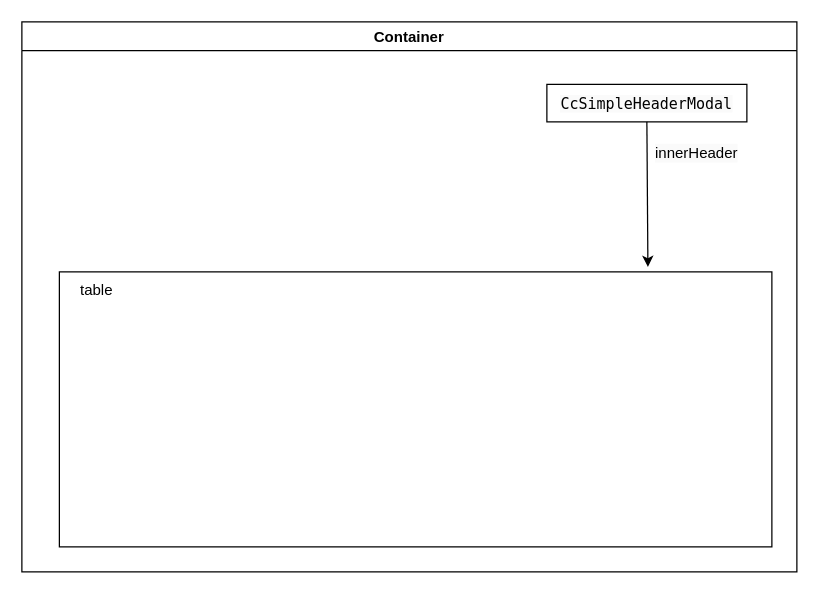
Earlier version of the draw.io diagram repayment.drawio (littlelady2015/yctea). Source tidied: cells renumbered, new cells numbered last; positions are measured from the earlier drawing's top-left corner, leaving out a move shared by most shapes. Both pictures are drawn from the tidied source at 125%, with x=0, y=0 at pixel (21, 21).
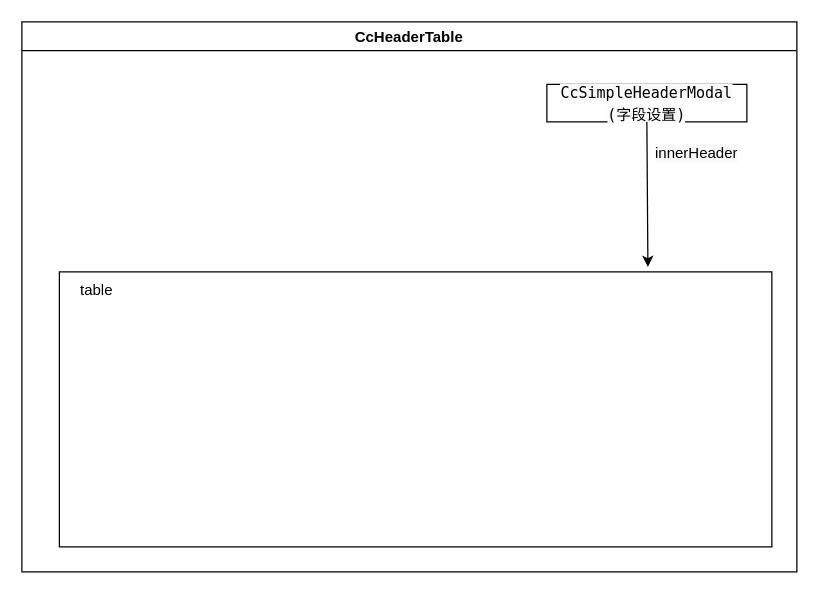
After the change.

What changed in the source:
```diff
@@
 <mxGraphModel>
   <root>
     <mxCell id="0" />
     <mxCell id="1" parent="0" />
-    <mxCell id="2" value="Container" style="swimlane;" parent="1" vertex="1">
+    <mxCell id="2" value="CcHeaderTable" style="swimlane;" parent="1" vertex="1">
       <mxGeometry width="620" height="440" as="geometry" />
     </mxCell>
     <mxCell id="3" style="group;" parent="2" vertex="1">
       <mxGeometry x="30" y="200" width="570" height="220" as="geometry" />
     </mxCell>
     <mxCell id="4" style="rounded=0;whiteSpace=wrap;html=1;" parent="3" vertex="1">
       <mxGeometry width="570" height="220" as="geometry" />
     </mxCell>
     <mxCell id="5" value="table" style="text;html=1;strokeColor=none;fillColor=none;align=center;verticalAlign=middle;whiteSpace=wrap;rounded=0;" parent="3" vertex="1">
       <mxGeometry width="60" height="30" as="geometry" />
     </mxCell>
-    <mxCell id="6" value="&lt;div style=&quot;font-family: &amp;#34;menlo&amp;#34; , &amp;#34;monaco&amp;#34; , &amp;#34;courier new&amp;#34; , monospace ; line-height: 18px&quot;&gt;&lt;span style=&quot;background-color: rgb(250 , 250 , 250)&quot;&gt;CcSimpleHeaderModal&lt;/span&gt;&lt;/div&gt;" style="rounded=0;whiteSpace=wrap;html=1;" parent="2" vertex="1">
+    <mxCell id="6" value="&lt;div style=&quot;font-family: &amp;#34;menlo&amp;#34; , &amp;#34;monaco&amp;#34; , &amp;#34;courier new&amp;#34; , monospace ; line-height: 18px&quot;&gt;&lt;span style=&quot;background-color: rgb(250 , 250 , 250)&quot;&gt;CcSimpleHeaderModal&lt;br&gt;(字段设置)&lt;/span&gt;&lt;/div&gt;" style="rounded=0;whiteSpace=wrap;html=1;" parent="2" vertex="1">
       <mxGeometry x="420" y="50" width="160" height="30" as="geometry" />
     </mxCell>
     <mxCell id="7" style="endArrow=classic;html=1;rounded=0;fontColor=#000000;entryX=0.826;entryY=-0.018;entryDx=0;entryDy=0;entryPerimeter=0;" parent="2" edge="1" target="4">
       <mxGeometry relative="1" as="geometry">
         <mxPoint x="500" y="80" as="sourcePoint" />
       </mxGeometry>
     </mxCell>
     <mxCell id="8" value="innerHeader" style="text;html=1;strokeColor=none;fillColor=none;align=center;verticalAlign=middle;whiteSpace=wrap;rounded=0;labelBackgroundColor=#FAFAFA;fontColor=#000000;" parent="2" vertex="1">
       <mxGeometry x="510" y="90" width="60" height="30" as="geometry" />
     </mxCell>
   </root>
 </mxGraphModel>
```
